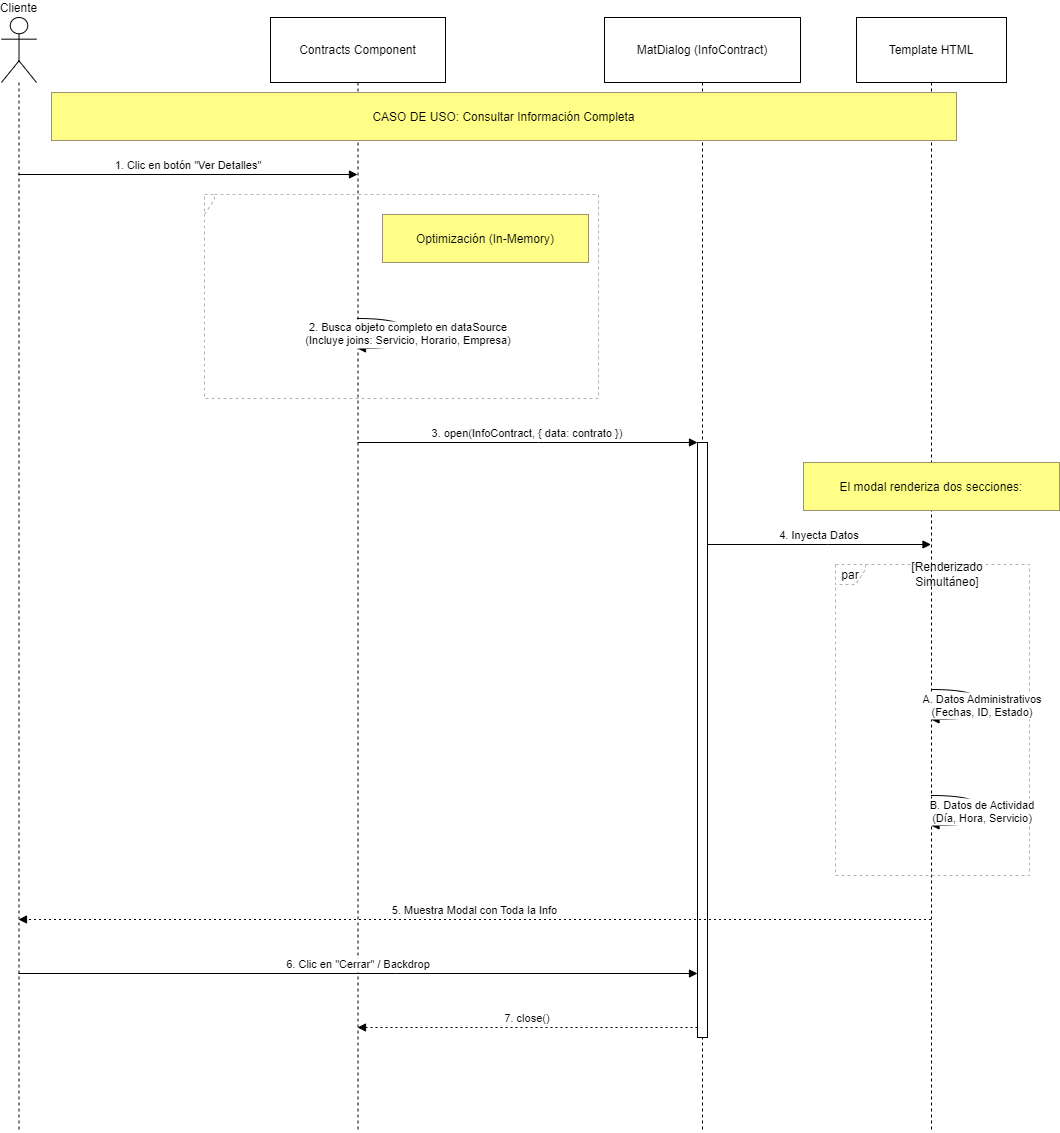
This is docs/diagramas/secuencias/detalles_contrato.drawio.png from egilp04/TFG_Cuidados, a draw.io export, as it was before one commit. Source tidied: cells renumbered, new cells last; positions are measured from the earlier drawing's top-left corner, leaving out a move shared by most shapes. The source it was exported from:
```xml
<mxGraphModel>
  <root>
    <mxCell id="0" />
    <mxCell id="1" parent="0" />
    <mxCell id="2" value="Cliente" style="shape=umlLifeline;perimeter=lifelinePerimeter;whiteSpace=wrap;outlineConnect=0;portConstraint=eastwest;newEdgeStyle={&quot;edgeStyle&quot;:&quot;elbowEdgeStyle&quot;,&quot;elbow&quot;:&quot;vertical&quot;,&quot;curved&quot;:0,&quot;rounded&quot;:0};participant=umlActor;verticalAlign=bottom;labelPosition=center;verticalLabelPosition=top;align=center;size=65;" parent="1" vertex="1">
      <mxGeometry width="35" height="1115" as="geometry" />
    </mxCell>
    <mxCell id="3" value="Contracts Component" style="shape=umlLifeline;perimeter=lifelinePerimeter;whiteSpace=wrap;outlineConnect=0;portConstraint=eastwest;newEdgeStyle={&quot;edgeStyle&quot;:&quot;elbowEdgeStyle&quot;,&quot;elbow&quot;:&quot;vertical&quot;,&quot;curved&quot;:0,&quot;rounded&quot;:0};size=65;" parent="1" vertex="1">
      <mxGeometry x="269" width="175" height="1115" as="geometry" />
    </mxCell>
    <mxCell id="4" value="MatDialog (InfoContract)" style="shape=umlLifeline;perimeter=lifelinePerimeter;whiteSpace=wrap;newEdgeStyle={&quot;edgeStyle&quot;:&quot;elbowEdgeStyle&quot;,&quot;elbow&quot;:&quot;vertical&quot;,&quot;curved&quot;:0,&quot;rounded&quot;:0};size=65;" parent="1" vertex="1">
      <mxGeometry x="603" width="196" height="1115" as="geometry" />
    </mxCell>
    <mxCell id="5" style="points=[];perimeter=orthogonalPerimeter;outlineConnect=0;targetShapes=umlLifeline;portConstraint=eastwest;newEdgeStyle={&quot;edgeStyle&quot;:&quot;elbowEdgeStyle&quot;,&quot;elbow&quot;:&quot;vertical&quot;,&quot;curved&quot;:0,&quot;rounded&quot;:0};" parent="4" vertex="1">
      <mxGeometry x="93" y="425" width="10" height="595" as="geometry" />
    </mxCell>
    <mxCell id="6" value="Template HTML" style="shape=umlLifeline;perimeter=lifelinePerimeter;whiteSpace=wrap;outlineConnect=0;portConstraint=eastwest;newEdgeStyle={&quot;edgeStyle&quot;:&quot;elbowEdgeStyle&quot;,&quot;elbow&quot;:&quot;vertical&quot;,&quot;curved&quot;:0,&quot;rounded&quot;:0};size=65;" parent="1" vertex="1">
      <mxGeometry x="855" width="150" height="1115" as="geometry" />
    </mxCell>
    <mxCell id="7" style="shape=umlFrame;dashed=1;strokeColor=#B3B3B3;height=20;width=0;" parent="1" vertex="1">
      <mxGeometry x="203" y="177" width="394" height="204" as="geometry" />
    </mxCell>
    <mxCell id="8" style="text;strokeColor=none;fillColor=none;align=center;verticalAlign=middle;whiteSpace=wrap;" parent="7" vertex="1">
      <mxGeometry width="394" height="20" as="geometry" />
    </mxCell>
    <mxCell id="9" value="par" style="shape=umlFrame;dashed=1;strokeColor=#B3B3B3;height=20;width=30;" parent="1" vertex="1">
      <mxGeometry x="834" y="547" width="194" height="311" as="geometry" />
    </mxCell>
    <mxCell id="10" value="[Renderizado&#10;Simultáneo]" style="text;strokeColor=none;fillColor=none;align=center;verticalAlign=middle;whiteSpace=wrap;" parent="9" vertex="1">
      <mxGeometry x="30" width="164" height="20" as="geometry" />
    </mxCell>
    <mxCell id="11" value="1. Clic en botón &quot;Ver Detalles&quot;" style="verticalAlign=bottom;edgeStyle=elbowEdgeStyle;elbow=vertical;curved=0;rounded=0;endArrow=block;" parent="1" edge="1" source="2" target="3">
      <mxGeometry relative="1" as="geometry">
        <Array as="points">
          <mxPoint x="224" y="157" />
        </Array>
      </mxGeometry>
    </mxCell>
    <mxCell id="12" value="2. Busca objeto completo en dataSource&#10;(Incluye joins: Servicio, Horario, Empresa)" style="curved=1;endArrow=block;rounded=0;" parent="1" edge="1" source="3" target="3">
      <mxGeometry relative="1" as="geometry">
        <Array as="points">
          <mxPoint x="407" y="301" />
          <mxPoint x="407" y="331" />
        </Array>
      </mxGeometry>
    </mxCell>
    <mxCell id="13" value="3. open(InfoContract, { data: contrato })" style="verticalAlign=bottom;edgeStyle=elbowEdgeStyle;elbow=vertical;curved=0;rounded=0;endArrow=block;" parent="1" edge="1" source="3" target="5">
      <mxGeometry relative="1" as="geometry">
        <Array as="points">
          <mxPoint x="537" y="425" />
        </Array>
      </mxGeometry>
    </mxCell>
    <mxCell id="14" value="4. Inyecta Datos" style="verticalAlign=bottom;edgeStyle=elbowEdgeStyle;elbow=vertical;curved=0;rounded=0;endArrow=block;" parent="1" edge="1" source="5" target="6">
      <mxGeometry relative="1" as="geometry">
        <Array as="points">
          <mxPoint x="826" y="527" />
        </Array>
      </mxGeometry>
    </mxCell>
    <mxCell id="15" value="A. Datos Administrativos&#10;(Fechas, ID, Estado)" style="curved=1;endArrow=block;rounded=0;" parent="1" edge="1" source="6" target="6">
      <mxGeometry relative="1" as="geometry">
        <Array as="points">
          <mxPoint x="981" y="672" />
          <mxPoint x="981" y="702" />
        </Array>
      </mxGeometry>
    </mxCell>
    <mxCell id="16" value="B. Datos de Actividad&#10;(Día, Hora, Servicio)" style="curved=1;endArrow=block;rounded=0;" parent="1" edge="1" source="6" target="6">
      <mxGeometry relative="1" as="geometry">
        <Array as="points">
          <mxPoint x="981" y="778" />
          <mxPoint x="981" y="808" />
        </Array>
      </mxGeometry>
    </mxCell>
    <mxCell id="17" value="5. Muestra Modal con Toda la Info" style="verticalAlign=bottom;edgeStyle=elbowEdgeStyle;elbow=vertical;curved=0;rounded=0;dashed=1;dashPattern=2 3;endArrow=block;" parent="1" edge="1" source="6" target="2">
      <mxGeometry relative="1" as="geometry">
        <Array as="points">
          <mxPoint x="514" y="902" />
        </Array>
      </mxGeometry>
    </mxCell>
    <mxCell id="18" value="6. Clic en &quot;Cerrar&quot; / Backdrop" style="verticalAlign=bottom;edgeStyle=elbowEdgeStyle;elbow=vertical;curved=0;rounded=0;endArrow=block;" parent="1" edge="1" source="2" target="5">
      <mxGeometry relative="1" as="geometry">
        <Array as="points">
          <mxPoint x="395" y="956" />
        </Array>
      </mxGeometry>
    </mxCell>
    <mxCell id="19" value="7. close()" style="verticalAlign=bottom;edgeStyle=elbowEdgeStyle;elbow=vertical;curved=0;rounded=0;dashed=1;dashPattern=2 3;endArrow=block;" parent="1" edge="1" source="5" target="3">
      <mxGeometry relative="1" as="geometry">
        <Array as="points">
          <mxPoint x="538" y="1010" />
        </Array>
      </mxGeometry>
    </mxCell>
    <mxCell id="20" value="CASO DE USO: Consultar Información Completa" style="fillColor=#ffff88;strokeColor=#9E916F;" parent="1" vertex="1">
      <mxGeometry x="50" y="75" width="905" height="48" as="geometry" />
    </mxCell>
    <mxCell id="21" value="Optimización (In-Memory)" style="fillColor=#ffff88;strokeColor=#9E916F;" parent="1" vertex="1">
      <mxGeometry x="381" y="197" width="206" height="48" as="geometry" />
    </mxCell>
    <mxCell id="22" value="El modal renderiza dos secciones:" style="fillColor=#ffff88;strokeColor=#9E916F;" parent="1" vertex="1">
      <mxGeometry x="802" y="445" width="256" height="48" as="geometry" />
    </mxCell>
  </root>
</mxGraphModel>
```
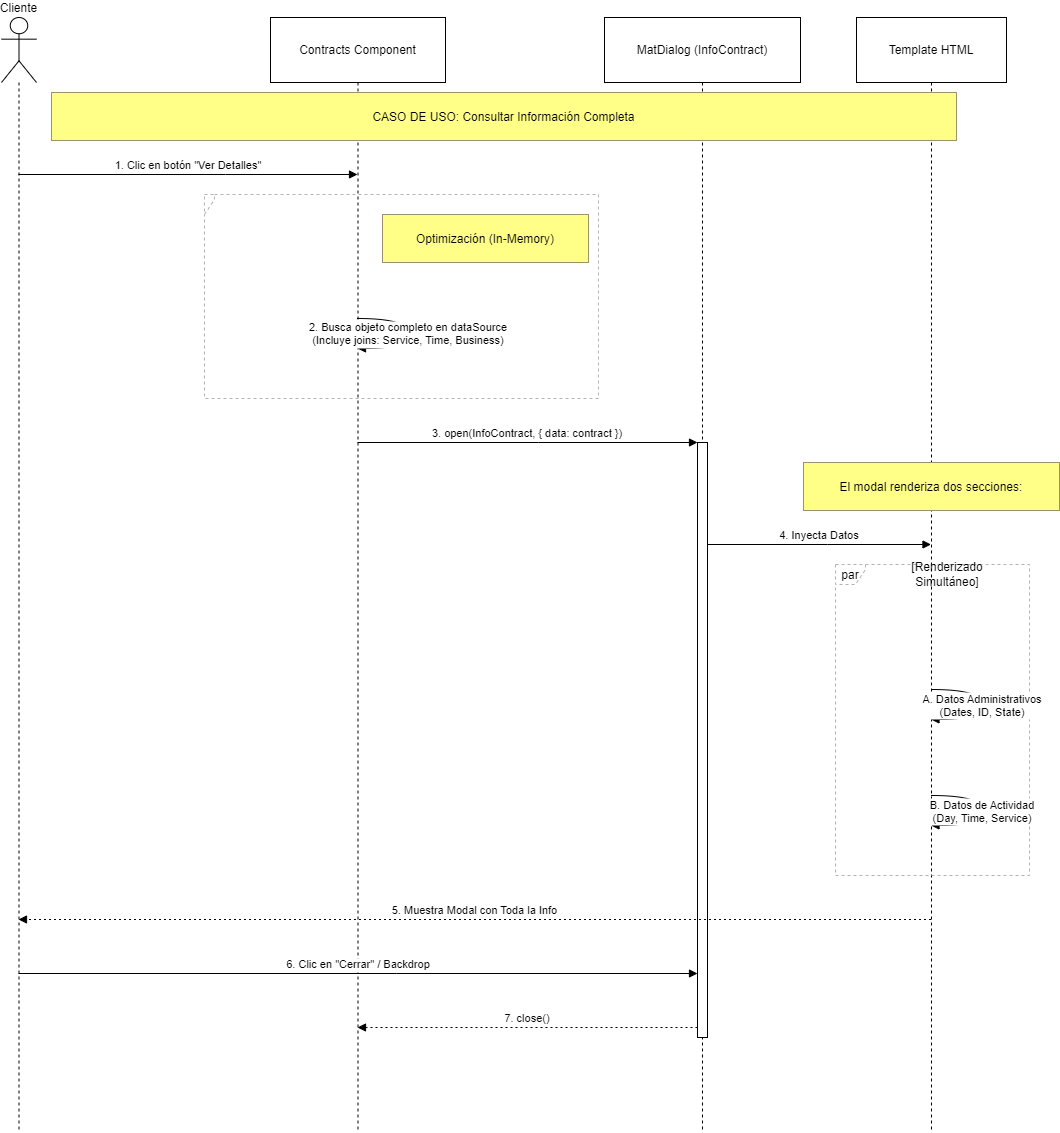
The same diagram one commit later.

Diff of the diagram source:
```diff
@@ -36,7 +36,7 @@
         </Array>
       </mxGeometry>
     </mxCell>
-    <mxCell id="12" value="2. Busca objeto completo en dataSource&#10;(Incluye joins: Servicio, Horario, Empresa)" style="curved=1;endArrow=block;rounded=0;" parent="1" edge="1" source="3" target="3">
+    <mxCell id="12" value="2. Busca objeto completo en dataSource&#10;(Incluye joins: Service, Time, Business)" style="curved=1;endArrow=block;rounded=0;" parent="1" edge="1" source="3" target="3">
       <mxGeometry relative="1" as="geometry">
         <Array as="points">
           <mxPoint x="407" y="301" />
@@ -44,7 +44,7 @@
         </Array>
       </mxGeometry>
     </mxCell>
-    <mxCell id="13" value="3. open(InfoContract, { data: contrato })" style="verticalAlign=bottom;edgeStyle=elbowEdgeStyle;elbow=vertical;curved=0;rounded=0;endArrow=block;" parent="1" edge="1" source="3" target="5">
+    <mxCell id="13" value="3. open(InfoContract, { data: contract })" style="verticalAlign=bottom;edgeStyle=elbowEdgeStyle;elbow=vertical;curved=0;rounded=0;endArrow=block;" parent="1" edge="1" source="3" target="5">
       <mxGeometry relative="1" as="geometry">
         <Array as="points">
           <mxPoint x="537" y="425" />
@@ -58,7 +58,7 @@
         </Array>
       </mxGeometry>
     </mxCell>
-    <mxCell id="15" value="A. Datos Administrativos&#10;(Fechas, ID, Estado)" style="curved=1;endArrow=block;rounded=0;" parent="1" edge="1" source="6" target="6">
+    <mxCell id="15" value="A. Datos Administrativos&#10;(Dates, ID, State)" style="curved=1;endArrow=block;rounded=0;" parent="1" edge="1" source="6" target="6">
       <mxGeometry relative="1" as="geometry">
         <Array as="points">
           <mxPoint x="981" y="672" />
@@ -66,7 +66,7 @@
         </Array>
       </mxGeometry>
     </mxCell>
-    <mxCell id="16" value="B. Datos de Actividad&#10;(Día, Hora, Servicio)" style="curved=1;endArrow=block;rounded=0;" parent="1" edge="1" source="6" target="6">
+    <mxCell id="16" value="B. Datos de Actividad&#10;(Day, Time, Service)" style="curved=1;endArrow=block;rounded=0;" parent="1" edge="1" source="6" target="6">
       <mxGeometry relative="1" as="geometry">
         <Array as="points">
           <mxPoint x="981" y="778" />
```
